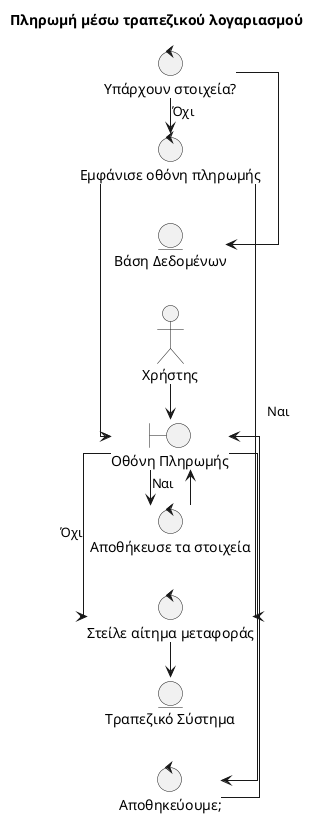
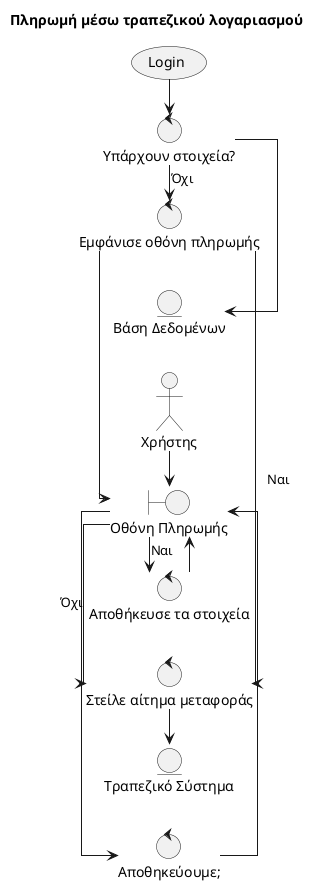
@startuml name

left to right direction
skinparam linetype ortho

title Πληρωμή μέσω τραπεζικού λογαριασμού

+ usecase "Login" as L
control "Υπάρχουν στοιχεία?" as checkCredent
entity "Βάση Δεδομένων" as db
control "Εμφάνισε οθόνη πληρωμής" as disPayScr
actor "Χρήστης" as user
boundary "Οθόνη Πληρωμής" as payScr
control "Αποθηκεύουμε;" as saveControl
entity "Τραπεζικό Σύστημα" as bank
control "Στείλε αίτημα μεταφοράς" as sendReq
control "Αποθήκευσε τα στοιχεία" as saveCred

+ L -> checkCredent
checkCredent -> db
checkCredent -> disPayScr : Όχι
disPayScr -> payScr
user -> payScr
payScr -> saveControl
saveControl -> payScr
payScr -> sendReq : "       Όχι"
sendReq -> bank

disPayScr -> sendReq : "   Ναι"

payScr -> saveCred : Ναι
saveCred -> payScr

@enduml